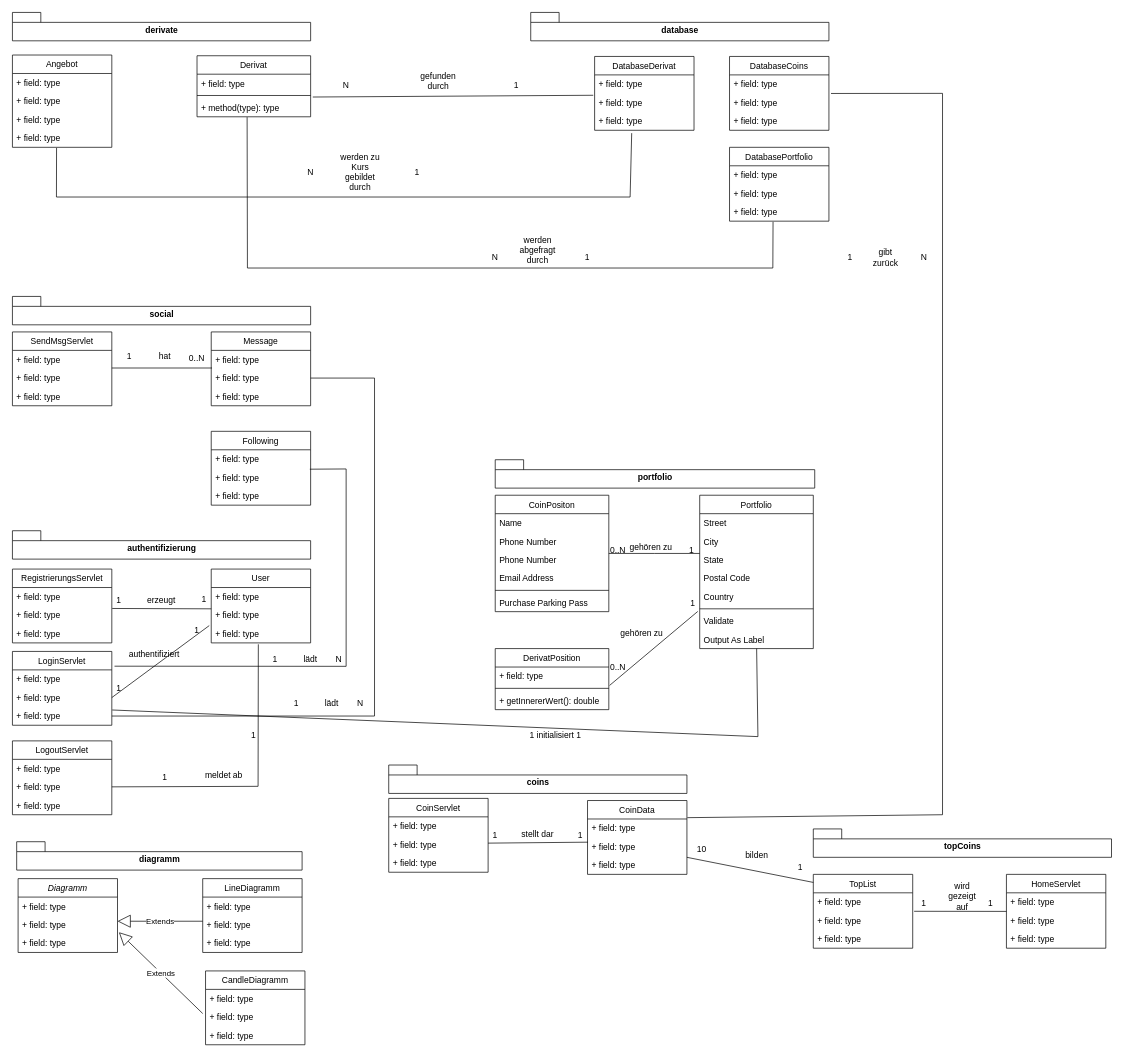
Above: klassendiagram.drawio in LouisPetrik/Uebungsblatt02 (draw.io), before the change. Source tidied: cells renumbered, new cells numbered last; positions are measured from the earlier drawing's top-left corner, leaving out a move shared by most shapes. Both pictures are drawn from the tidied source at 71%, with x=0, y=0 at pixel (12, 12).
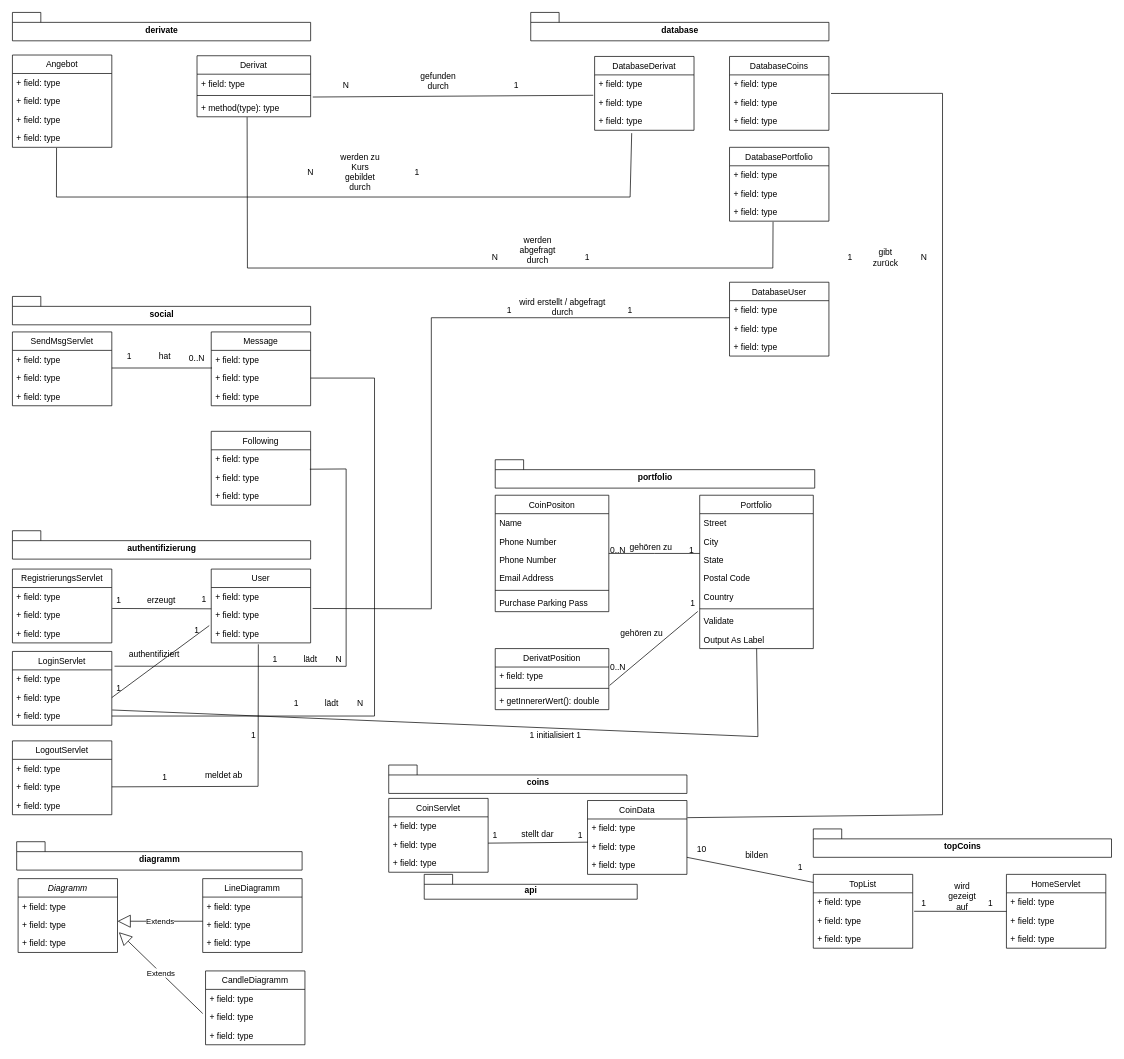
Above is the later version.

Unchanged cells that the change refers to:
```xml
<mxCell id="95" value="+ field: type" style="text;strokeColor=none;fillColor=none;align=left;verticalAlign=top;spacingLeft=4;spacingRight=4;overflow=hidden;points=[[0,0.5],[1,0.5]];portConstraint=eastwest;" parent="93" vertex="1">
  <mxGeometry y="52" width="140" height="26" as="geometry" />
</mxCell>
```

Diff of the diagram source:
```diff
@@
+    <mxCell id="171" value="DatabaseUser" style="swimlane;fontStyle=0;horizontal=1;startSize=26;fillColor=none;" parent="1" vertex="1">
+      <mxGeometry x="1010" y="380" width="140" height="104" as="geometry" />
+    </mxCell>
+    <mxCell id="172" value="+ field: type" style="text;strokeColor=none;fillColor=none;align=left;verticalAlign=top;spacingLeft=4;spacingRight=4;overflow=hidden;points=[[0,0.5],[1,0.5]];portConstraint=eastwest;" parent="171" vertex="1">
+      <mxGeometry y="26" width="140" height="26" as="geometry" />
+    </mxCell>
+    <mxCell id="173" value="+ field: type" style="text;strokeColor=none;fillColor=none;align=left;verticalAlign=top;spacingLeft=4;spacingRight=4;overflow=hidden;" parent="171" vertex="1">
+      <mxGeometry y="52" width="140" height="26" as="geometry" />
+    </mxCell>
+    <mxCell id="174" value="+ field: type" style="text;strokeColor=none;fillColor=none;align=left;verticalAlign=top;spacingLeft=4;spacingRight=4;overflow=hidden;" parent="171" vertex="1">
+      <mxGeometry y="78" width="140" height="26" as="geometry" />
+    </mxCell>
+    <mxCell id="175" style="endArrow=none;html=1;rounded=0;strokeColor=default;entryX=0;entryY=0.923;entryDx=0;entryDy=0;entryPerimeter=0;exitX=1.021;exitY=0.135;exitDx=0;exitDy=0;exitPerimeter=0;" parent="1" edge="1" source="95" target="172">
+      <mxGeometry relative="1" as="geometry">
+        <Array as="points">
+          <mxPoint x="590" y="840" />
+          <mxPoint x="590" y="430" />
+        </Array>
+      </mxGeometry>
+    </mxCell>
+    <mxCell id="176" value="1" style="text;html=1;strokeColor=none;fillColor=none;align=center;verticalAlign=middle;whiteSpace=wrap;rounded=0;" parent="1" vertex="1">
+      <mxGeometry x="670" y="405" width="60" height="30" as="geometry" />
+    </mxCell>
+    <mxCell id="177" value="wird erstellt / abgefragt durch" style="text;html=1;strokeColor=none;fillColor=none;align=center;verticalAlign=middle;whiteSpace=wrap;rounded=0;" parent="1" vertex="1">
+      <mxGeometry x="710" y="400" width="130" height="30" as="geometry" />
+    </mxCell>
+    <mxCell id="178" value="1" style="text;html=1;strokeColor=none;fillColor=none;align=center;verticalAlign=middle;whiteSpace=wrap;rounded=0;" parent="1" vertex="1">
+      <mxGeometry x="840" y="405" width="60" height="30" as="geometry" />
+    </mxCell>
+    <mxCell id="179" value="api" style="shape=folder;fontStyle=1;spacingTop=10;tabWidth=40;tabHeight=14;tabPosition=left;html=1;" parent="1" vertex="1">
+      <mxGeometry x="580" y="1214" width="300" height="35" as="geometry" />
+    </mxCell>
```
